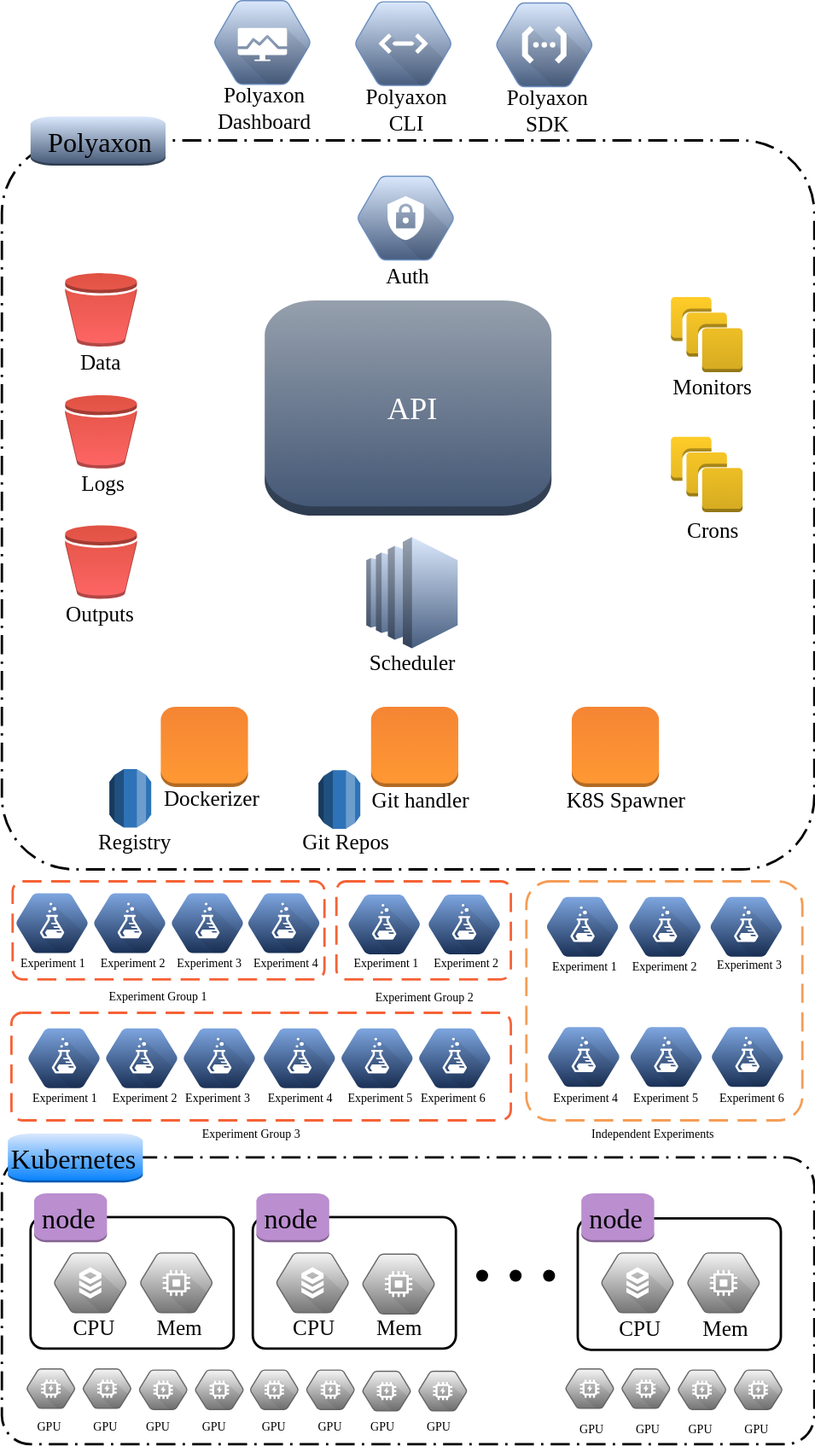
This is templates/images/polyaxon_architecture.svg from polyaxon/polyaxon, a draw.io export, as it was before one commit. Source tidied: cells renumbered, new cells last; positions are measured from the earlier drawing's top-left corner, leaving out a move shared by most shapes.
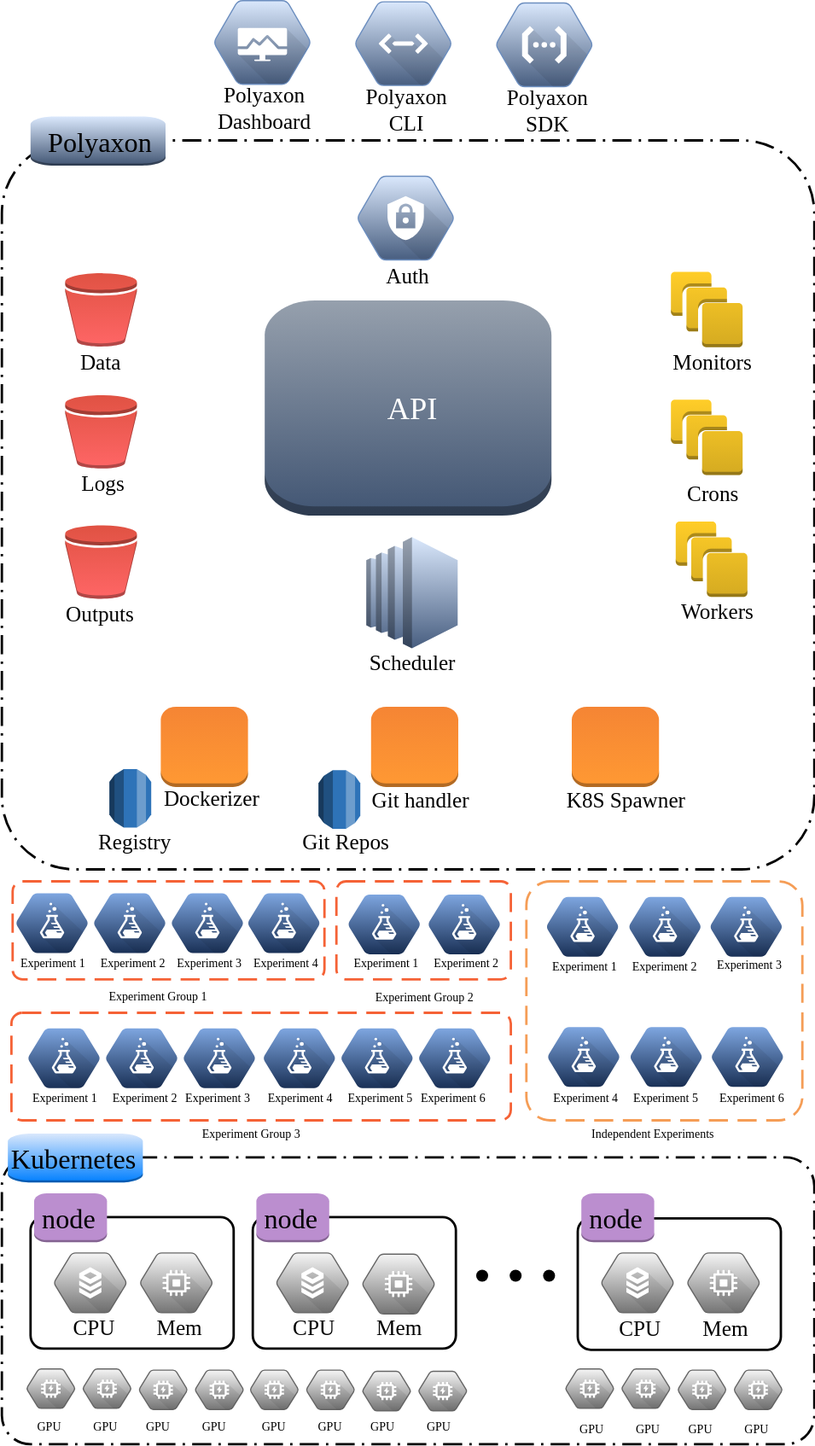
After the change.

Diff of the diagram source:
```diff
@@ -27,7 +27,7 @@
       <mxGeometry x="133" y="591" width="73" height="67" as="geometry" />
     </mxCell>
     <mxCell id="10" style="dashed=0;html=1;shape=mxgraph.aws3.instances;fillColor=#ffcd28;gradientColor=#D4AA21;labelBackgroundColor=none;strokeColor=#d79b00;fontSize=12;align=left;" parent="1" vertex="1">
-      <mxGeometry x="560" y="248" width="60" height="63" as="geometry" />
+      <mxGeometry x="560" y="227" width="60" height="63" as="geometry" />
     </mxCell>
     <mxCell id="11" style="dashed=0;html=1;shape=mxgraph.aws3.rds;fillColor=#2E73B8;gradientColor=none;labelBackgroundColor=none;strokeColor=#FF9933;fontSize=12;align=left;" parent="1" vertex="1">
       <mxGeometry x="90" y="643" width="35" height="49" as="geometry" />
@@ -42,7 +42,7 @@
       <mxGeometry x="414" y="2" width="80" height="70" as="geometry" />
     </mxCell>
     <mxCell id="15" style="dashed=0;html=1;shape=mxgraph.aws3.instances;fillColor=#ffcd28;gradientColor=#D4AA21;labelBackgroundColor=none;strokeColor=#d79b00;fontSize=12;align=left;direction=east;" parent="1" vertex="1">
-      <mxGeometry x="560" y="365" width="60" height="63" as="geometry" />
+      <mxGeometry x="560" y="334" width="60" height="63" as="geometry" />
     </mxCell>
     <mxCell id="16" style="html=1;shape=mxgraph.aws3.ec2;fillColor=#dae8fc;gradientColor=#485E80;labelBackgroundColor=none;strokeColor=#6c8ebf;fontSize=12;align=center;verticalAlign=top;" parent="1" vertex="1">
       <mxGeometry x="305" y="449" width="76.5" height="93" as="geometry" />
@@ -66,10 +66,10 @@
       <mxGeometry x="220" y="251" width="240" height="180" as="geometry" />
     </mxCell>
     <mxCell id="23" value="&lt;div&gt;Monitors&lt;/div&gt;" style="text;html=1;align=center;verticalAlign=top;spacingTop=-4;fontSize=18;fontFamily=calibri;" parent="1" vertex="1">
-      <mxGeometry x="555" y="311" width="80" height="20" as="geometry" />
+      <mxGeometry x="555" y="290" width="80" height="20" as="geometry" />
     </mxCell>
     <mxCell id="24" value="&lt;div&gt;Crons&lt;/div&gt;" style="text;html=1;align=center;verticalAlign=top;spacingTop=-4;fontSize=18;fontFamily=calibri;" parent="1" vertex="1">
-      <mxGeometry x="565" y="431" width="60" height="20" as="geometry" />
+      <mxGeometry x="565" y="400" width="60" height="20" as="geometry" />
     </mxCell>
     <mxCell id="25" value="&lt;div&gt;Scheduler&lt;/div&gt;" style="text;html=1;align=center;verticalAlign=top;spacingTop=-4;fontSize=18;fontFamily=calibri;" parent="1" vertex="1">
       <mxGeometry x="299" y="542" width="90" height="20" as="geometry" />
@@ -374,5 +374,11 @@
     <mxCell id="125" value="&lt;div style=&quot;font-size: 10px&quot;&gt;Experiment Group 2&lt;/div&gt;" style="text;html=1;align=center;verticalAlign=top;spacingTop=-4;fontSize=18;fontFamily=calibri;" parent="1" vertex="1">
       <mxGeometry x="304" y="819" width="100" height="20" as="geometry" />
     </mxCell>
+    <mxCell id="126" style="dashed=0;html=1;shape=mxgraph.aws3.instances;fillColor=#ffcd28;gradientColor=#D4AA21;labelBackgroundColor=none;strokeColor=#d79b00;fontSize=12;align=left;" parent="1" vertex="1">
+      <mxGeometry x="564" y="436" width="60" height="63" as="geometry" />
+    </mxCell>
+    <mxCell id="127" value="&lt;div&gt;Workers&lt;/div&gt;" style="text;html=1;align=center;verticalAlign=top;spacingTop=-4;fontSize=18;fontFamily=calibri;" parent="1" vertex="1">
+      <mxGeometry x="559" y="499" width="80" height="20" as="geometry" />
+    </mxCell>
   </root>
 </mxGraphModel>
```
